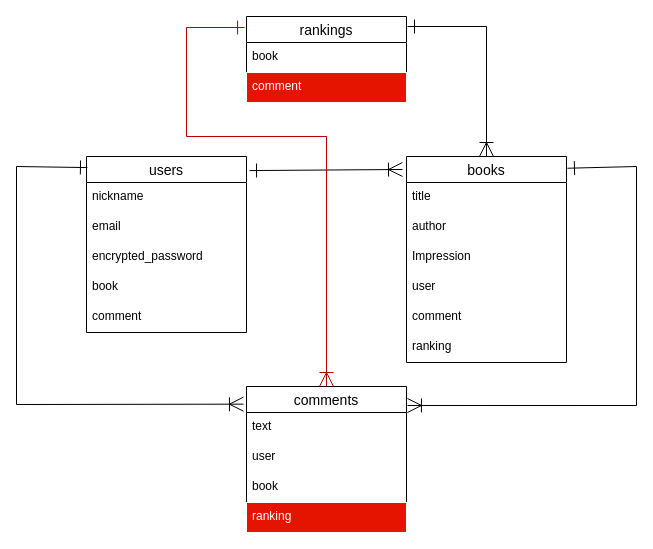
Above: readingbook.dio in o281700/readingbook-32118 (draw.io), before the change. Source tidied: cells renumbered, new cells numbered last; positions are measured from the earlier drawing's top-left corner, leaving out a move shared by most shapes. Both pictures are drawn from the tidied source at 100%, with x=0, y=0 at pixel (16, 16).
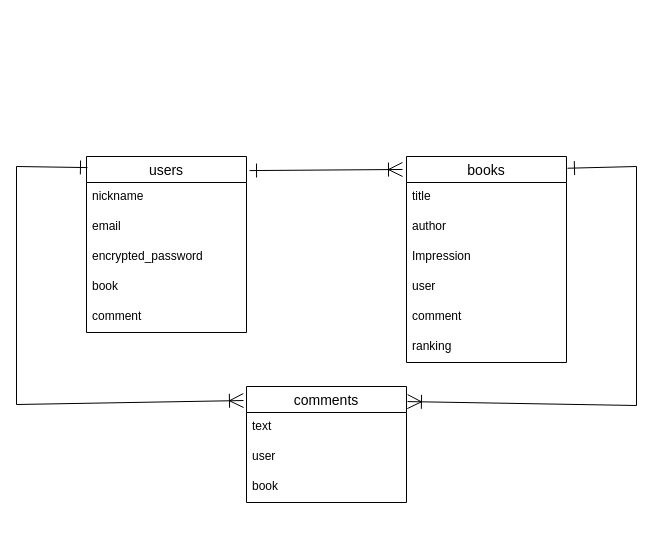
After the change.

The change refers to these unchanged cells:
```xml
<mxCell id="8" value="books" style="swimlane;fontStyle=0;horizontal=1;startSize=26;align=center;fontSize=14;" parent="1" vertex="1">
  <mxGeometry x="390" y="140" width="160" height="206" as="geometry" />
</mxCell>
```

Diff of the diagram source:
```diff
@@
     <mxCell id="16" value="comments" style="swimlane;fontStyle=0;horizontal=1;startSize=26;align=center;fontSize=14;" parent="1" vertex="1">
-      <mxGeometry x="230" y="370" width="160" height="146" as="geometry" />
+      <mxGeometry x="230" y="370" width="160" height="116" as="geometry" />
     </mxCell>
@@
-    <mxCell id="20" value="ranking" style="text;spacingLeft=4;spacingRight=4;overflow=hidden;fontSize=12;fillColor=#e51400;fontColor=#ffffff;strokeColor=#FFFFFF;" parent="16" vertex="1">
-      <mxGeometry y="116" width="160" height="30" as="geometry" />
-    </mxCell>
@@
-    <mxCell id="23" value="rankings" style="swimlane;fontStyle=0;horizontal=1;startSize=26;align=center;fontSize=14;" parent="1" vertex="1">
-      <mxGeometry x="230" width="160" height="86" as="geometry" />
-    </mxCell>
-    <mxCell id="24" value="book" style="text;strokeColor=none;fillColor=none;spacingLeft=4;spacingRight=4;overflow=hidden;fontSize=12;" parent="23" vertex="1">
-      <mxGeometry y="26" width="160" height="30" as="geometry" />
-    </mxCell>
-    <mxCell id="25" value="comment" style="text;fillColor=#e51400;spacingLeft=4;spacingRight=4;overflow=hidden;fontSize=12;fontColor=#ffffff;strokeColor=#FFFFFF;" parent="23" vertex="1">
-      <mxGeometry y="56" width="160" height="30" as="geometry" />
-    </mxCell>
-    <mxCell id="26" style="endArrow=ERoneToMany;html=1;rounded=0;entryX=0.5;entryY=0;entryDx=0;entryDy=0;endFill=0;startSize=12;startArrow=ERone;startFill=0;endSize=12;" parent="1" edge="1" target="8">
-      <mxGeometry relative="1" as="geometry">
-        <mxPoint x="391" y="10" as="sourcePoint" />
-        <Array as="points">
-          <mxPoint x="470" y="10" />
-        </Array>
-      </mxGeometry>
-    </mxCell>
-    <mxCell id="27" style="endArrow=ERoneToMany;html=1;rounded=0;entryX=0.5;entryY=0;entryDx=0;entryDy=0;exitX=-0.012;exitY=0.128;exitDx=0;exitDy=0;exitPerimeter=0;startArrow=ERone;startFill=0;endSize=12;endFill=0;startSize=12;fillColor=#e51400;strokeColor=#B20000;" parent="1" edge="1" source="23" target="16">
-      <mxGeometry relative="1" as="geometry">
-        <Array as="points">
-          <mxPoint x="170" y="11" />
-          <mxPoint x="170" y="120" />
-          <mxPoint x="310" y="120" />
-        </Array>
-      </mxGeometry>
-    </mxCell>
```
